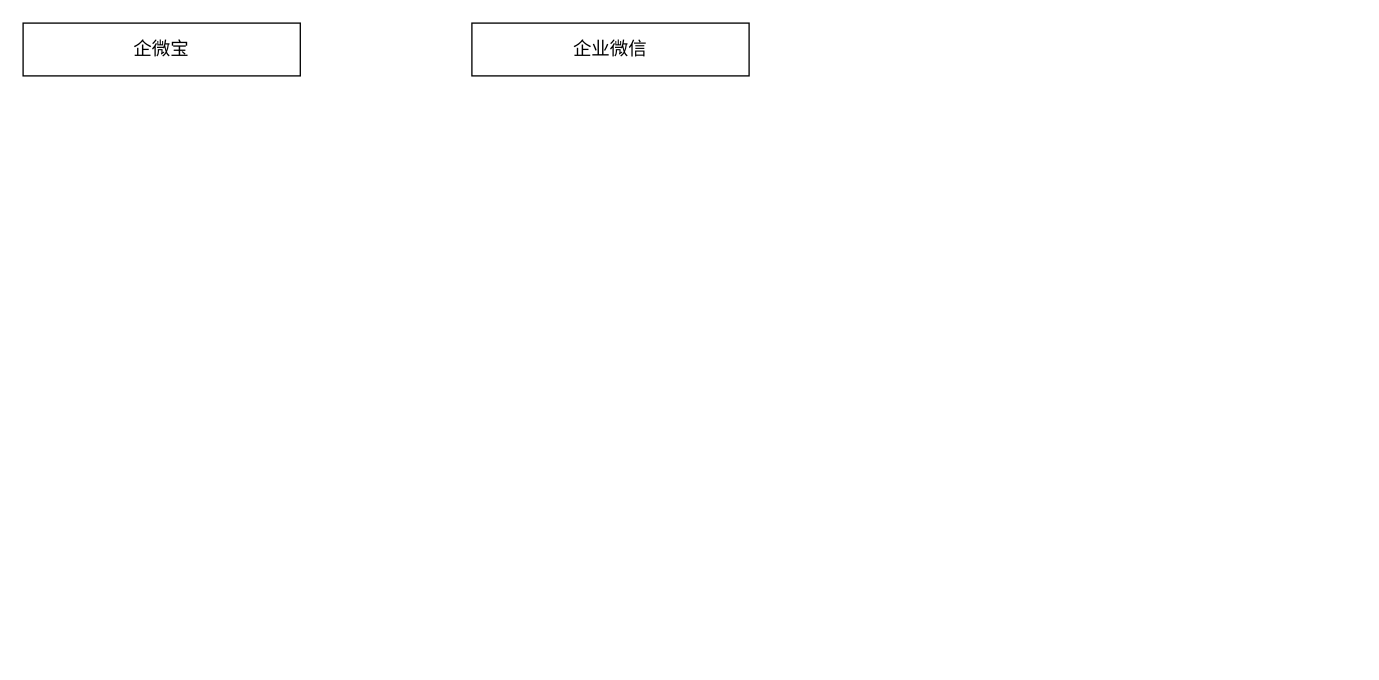
Before: 核桃-企微-企微继承.drawio in hongweilv-whu/flowCharts, a draw.io diagram. Source tidied: cells renumbered, new cells numbered last; positions are measured from the earlier drawing's top-left corner, leaving out a move shared by most shapes. Both pictures are drawn from the tidied source at 132%, with x=0, y=0 at pixel (22, 22).
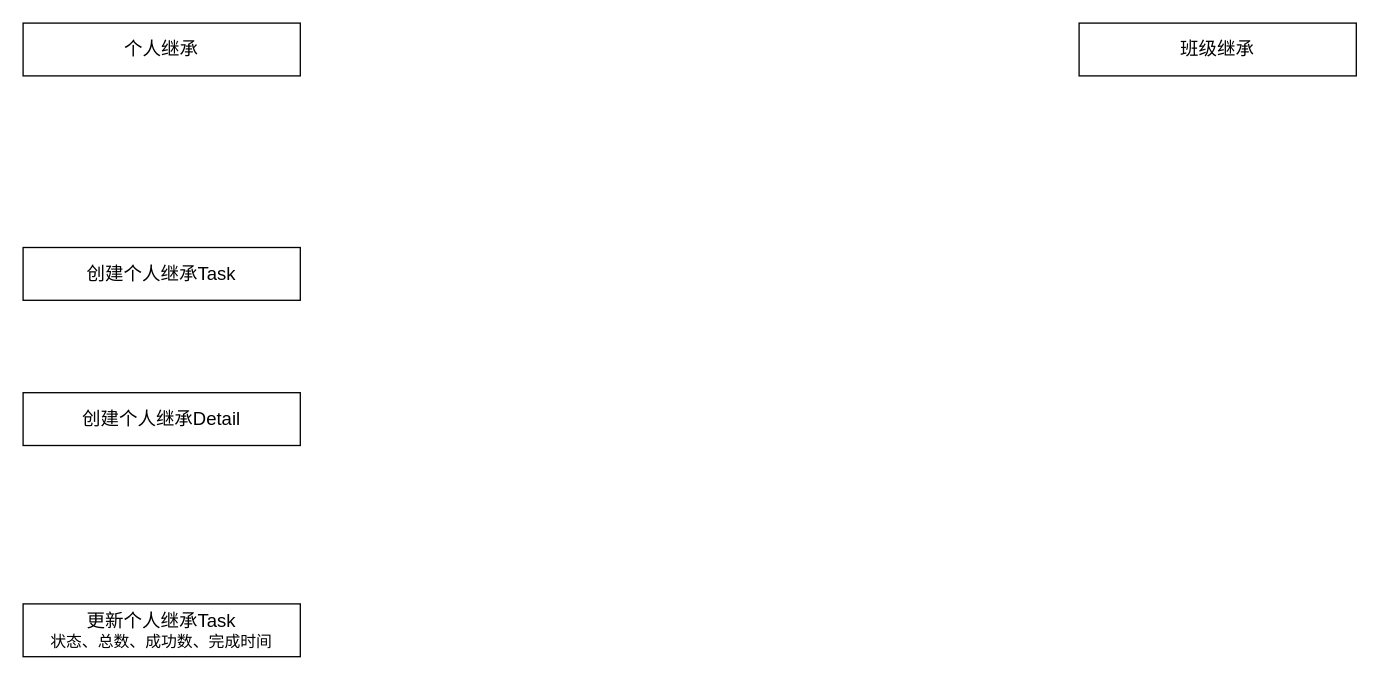
The same page after the edit.

Commit message:
更新核桃-企微-企微继承.drawio

What changed in the source:
```diff
@@
 <mxGraphModel>
   <root>
     <mxCell id="0" />
     <mxCell id="1" parent="0" />
-    <mxCell id="2" value="&lt;font style=&quot;font-size: 14px;&quot;&gt;企微宝&lt;/font&gt;" style="rounded=0;whiteSpace=wrap;html=1;" parent="1" vertex="1">
+    <mxCell id="2" value="&lt;font style=&quot;font-size: 14px;&quot;&gt;个人继承&lt;/font&gt;" style="rounded=0;whiteSpace=wrap;html=1;" parent="1" vertex="1">
       <mxGeometry width="210" height="40" as="geometry" />
     </mxCell>
-    <mxCell id="3" value="&lt;font style=&quot;font-size: 14px;&quot;&gt;企业微信&lt;/font&gt;" style="rounded=0;whiteSpace=wrap;html=1;" parent="1" vertex="1">
-      <mxGeometry x="340" width="210" height="40" as="geometry" />
+    <mxCell id="3" value="&lt;font style=&quot;font-size: 14px;&quot;&gt;班级继承&lt;/font&gt;" style="rounded=0;whiteSpace=wrap;html=1;" parent="1" vertex="1">
+      <mxGeometry x="800" width="210" height="40" as="geometry" />
     </mxCell>
+    <mxCell id="4" value="&lt;font style=&quot;font-size: 14px;&quot;&gt;创建个人继承Task&lt;/font&gt;" style="rounded=0;whiteSpace=wrap;html=1;" parent="1" vertex="1">
+      <mxGeometry y="170" width="210" height="40" as="geometry" />
+    </mxCell>
+    <mxCell id="5" value="&lt;font style=&quot;font-size: 14px;&quot;&gt;创建个人继承Detail&lt;/font&gt;" style="rounded=0;whiteSpace=wrap;html=1;" parent="1" vertex="1">
+      <mxGeometry y="280" width="210" height="40" as="geometry" />
+    </mxCell>
+    <mxCell id="6" value="&lt;font style=&quot;&quot;&gt;&lt;span style=&quot;font-size: 14px;&quot;&gt;更新个人继承Task&lt;/span&gt;&lt;br&gt;&lt;font style=&quot;font-size: 12px;&quot;&gt;状态、总数、成功数、完成时间&lt;/font&gt;&lt;br&gt;&lt;/font&gt;" style="rounded=0;whiteSpace=wrap;html=1;" parent="1" vertex="1">
+      <mxGeometry y="440" width="210" height="40" as="geometry" />
+    </mxCell>
   </root>
 </mxGraphModel>
```
